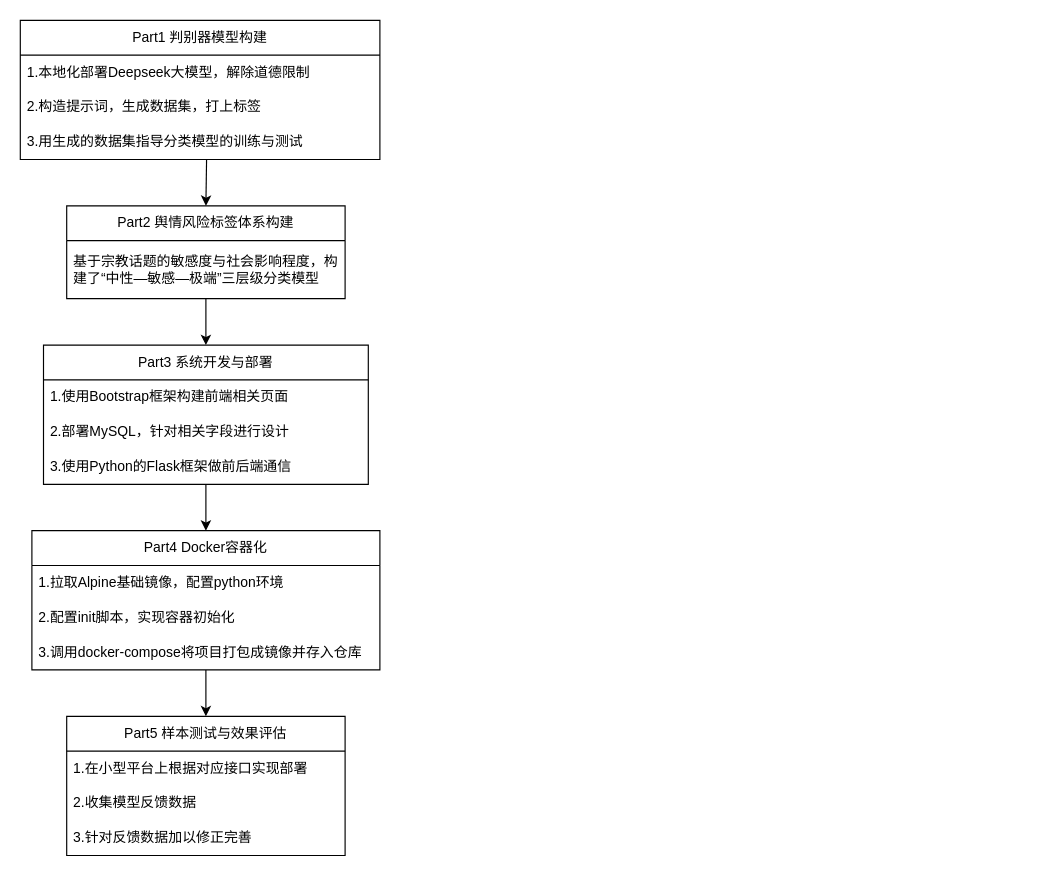
Before: product_overview.drawio in Megalomanian/diagrams, a draw.io diagram. Source tidied: cells renumbered, new cells numbered last; positions are measured from the earlier drawing's top-left corner, leaving out a move shared by most shapes. Both pictures are drawn from the tidied source at 116%, with x=0, y=0 at pixel (20, 20).
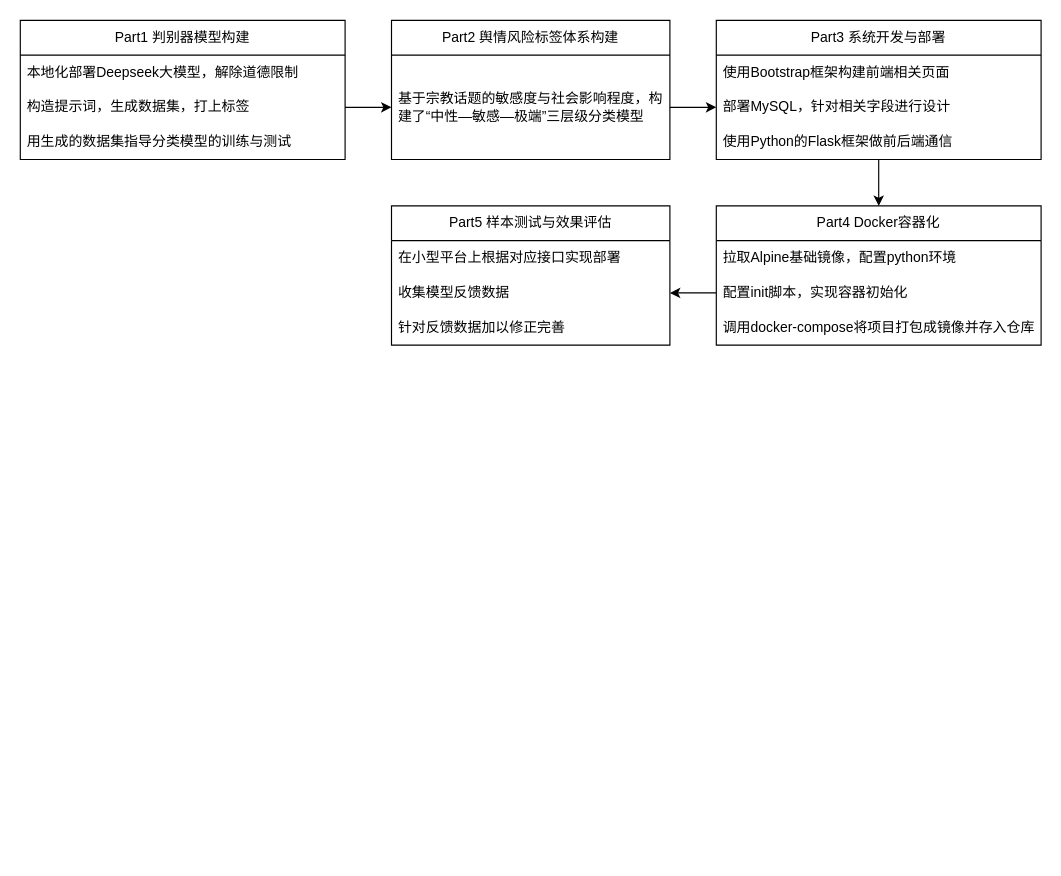
The same diagram, later.

Change to the diagram source:
```diff
@@
     <mxCell id="2" value="Part1 判别器模型构建" style="swimlane;fontStyle=0;horizontal=1;startSize=30;whiteSpace=wrap;html=1;" parent="1" vertex="1">
-      <mxGeometry width="310" height="120" as="geometry" />
+      <mxGeometry width="280" height="120" as="geometry" />
     </mxCell>
-    <mxCell id="3" value="1.本地化部署Deepseek大模型，解除道德限制" style="text;strokeColor=none;fillColor=none;align=left;verticalAlign=middle;spacingLeft=4;spacingRight=4;overflow=hidden;whiteSpace=wrap;html=1;" parent="2" vertex="1">
-      <mxGeometry y="30" width="310" height="30" as="geometry" />
+    <mxCell id="3" value="本地化部署Deepseek大模型，解除道德限制" style="text;strokeColor=none;fillColor=none;align=left;verticalAlign=middle;spacingLeft=4;spacingRight=4;overflow=hidden;whiteSpace=wrap;html=1;" parent="2" vertex="1">
+      <mxGeometry y="30" width="280" height="30" as="geometry" />
     </mxCell>
-    <mxCell id="4" value="2.构造提示词，生成数据集，打上标签" style="text;strokeColor=none;fillColor=none;align=left;verticalAlign=middle;spacingLeft=4;spacingRight=4;overflow=hidden;points=[[0,0.5],[1,0.5]];portConstraint=eastwest;whiteSpace=wrap;html=1;" parent="2" vertex="1">
-      <mxGeometry y="60" width="310" height="30" as="geometry" />
+    <mxCell id="4" value="构造提示词，生成数据集，打上标签" style="text;strokeColor=none;fillColor=none;align=left;verticalAlign=middle;spacingLeft=4;spacingRight=4;overflow=hidden;points=[[0,0.5],[1,0.5]];portConstraint=eastwest;whiteSpace=wrap;html=1;" parent="2" vertex="1">
+      <mxGeometry y="60" width="280" height="30" as="geometry" />
     </mxCell>
-    <mxCell id="5" value="3.用生成的数据集指导分类模型的训练与测试" style="text;strokeColor=none;fillColor=none;align=left;verticalAlign=middle;spacingLeft=4;spacingRight=4;overflow=hidden;points=[[0,0.5],[1,0.5]];portConstraint=eastwest;whiteSpace=wrap;html=1;" parent="2" vertex="1">
-      <mxGeometry y="90" width="310" height="30" as="geometry" />
+    <mxCell id="5" value="用生成的数据集指导分类模型的训练与测试" style="text;strokeColor=none;fillColor=none;align=left;verticalAlign=middle;spacingLeft=4;spacingRight=4;overflow=hidden;points=[[0,0.5],[1,0.5]];portConstraint=eastwest;whiteSpace=wrap;html=1;" parent="2" vertex="1">
+      <mxGeometry y="90" width="280" height="30" as="geometry" />
     </mxCell>
+    <mxCell id="24" style="edgeStyle=orthogonalEdgeStyle;rounded=0;orthogonalLoop=1;jettySize=auto;html=1;exitX=1;exitY=0.5;exitDx=0;exitDy=0;" parent="2" edge="1" source="4" target="4">
+      <mxGeometry relative="1" as="geometry" />
+    </mxCell>
     <mxCell id="6" value="Part2 舆情风险标签体系构建" style="swimlane;fontStyle=0;horizontal=1;startSize=30;whiteSpace=wrap;html=1;" parent="1" vertex="1">
-      <mxGeometry x="40" y="160" width="240" height="80" as="geometry" />
+      <mxGeometry x="320" width="240" height="120" as="geometry" />
     </mxCell>
     <mxCell id="7" value="基于宗教话题的敏感度与社会影响程度，构建了“中性—敏感—极端”三层级分类模型" style="text;strokeColor=none;fillColor=none;align=left;verticalAlign=middle;spacingLeft=4;spacingRight=4;overflow=hidden;points=[[0,0.5],[1,0.5]];portConstraint=eastwest;whiteSpace=wrap;html=1;" parent="6" vertex="1">
-      <mxGeometry y="30" width="240" height="50" as="geometry" />
+      <mxGeometry y="30" width="240" height="90" as="geometry" />
     </mxCell>
-    <mxCell id="8" style="endArrow=classic;html=1;rounded=0;exitX=0.518;exitY=0.992;exitDx=0;exitDy=0;exitPerimeter=0;entryX=0.5;entryY=0;entryDx=0;entryDy=0;" parent="1" edge="1" source="5" target="6">
-      <mxGeometry relative="1" as="geometry" />
-    </mxCell>
-    <mxCell id="9" style="edgeStyle=orthogonalEdgeStyle;rounded=0;jettySize=auto;html=1;exitX=0.5;exitY=1;exitDx=0;exitDy=0;entryX=0.5;entryY=0;entryDx=0;entryDy=0;" parent="1" edge="1" source="10" target="15">
-      <mxGeometry relative="1" as="geometry" />
-    </mxCell>
     <mxCell id="10" value="Part3 系统开发与部署" style="swimlane;fontStyle=0;horizontal=1;startSize=30;whiteSpace=wrap;html=1;" parent="1" vertex="1">
-      <mxGeometry x="20" y="280" width="280" height="120" as="geometry" />
+      <mxGeometry x="600" width="280" height="120" as="geometry" />
     </mxCell>
-    <mxCell id="11" value="1.使用Bootstrap框架构建前端相关页面" style="text;strokeColor=none;fillColor=none;align=left;verticalAlign=middle;spacingLeft=4;spacingRight=4;overflow=hidden;whiteSpace=wrap;html=1;" parent="10" vertex="1">
+    <mxCell id="11" value="使用Bootstrap框架构建前端相关页面" style="text;strokeColor=none;fillColor=none;align=left;verticalAlign=middle;spacingLeft=4;spacingRight=4;overflow=hidden;whiteSpace=wrap;html=1;" parent="10" vertex="1">
       <mxGeometry y="30" width="280" height="30" as="geometry" />
     </mxCell>
+    <mxCell id="25" style="endArrow=classic;html=1;rounded=0;" parent="10" edge="1" target="15">
+      <mxGeometry relative="1" as="geometry">
+        <mxPoint x="140" y="120" as="sourcePoint" />
+      </mxGeometry>
+    </mxCell>
-    <mxCell id="12" value="2.部署MySQL，针对相关字段进行设计" style="text;strokeColor=none;fillColor=none;align=left;verticalAlign=middle;spacingLeft=4;spacingRight=4;overflow=hidden;points=[[0,0.5],[1,0.5]];portConstraint=eastwest;whiteSpace=wrap;html=1;" parent="10" vertex="1">
+    <mxCell id="12" value="部署MySQL，针对相关字段进行设计" style="text;strokeColor=none;fillColor=none;align=left;verticalAlign=middle;spacingLeft=4;spacingRight=4;overflow=hidden;points=[[0,0.5],[1,0.5]];portConstraint=eastwest;whiteSpace=wrap;html=1;" parent="10" vertex="1">
       <mxGeometry y="60" width="280" height="30" as="geometry" />
     </mxCell>
-    <mxCell id="13" value="3.使用Python的Flask框架做前后端通信" style="text;strokeColor=none;fillColor=none;align=left;verticalAlign=middle;spacingLeft=4;spacingRight=4;overflow=hidden;whiteSpace=wrap;html=1;" parent="10" vertex="1">
+    <mxCell id="13" value="使用Python的Flask框架做前后端通信" style="text;strokeColor=none;fillColor=none;align=left;verticalAlign=middle;spacingLeft=4;spacingRight=4;overflow=hidden;whiteSpace=wrap;html=1;" parent="10" vertex="1">
       <mxGeometry y="90" width="280" height="30" as="geometry" />
     </mxCell>
-    <mxCell id="14" style="edgeStyle=orthogonalEdgeStyle;rounded=0;jettySize=auto;html=1;exitX=0.5;exitY=1;exitDx=0;exitDy=0;entryX=0.5;entryY=0;entryDx=0;entryDy=0;" parent="1" edge="1" source="15" target="19">
-      <mxGeometry relative="1" as="geometry" />
-    </mxCell>
     <mxCell id="15" value="Part4 Docker容器化" style="swimlane;fontStyle=0;horizontal=1;startSize=30;whiteSpace=wrap;html=1;" parent="1" vertex="1">
-      <mxGeometry x="10" y="440" width="300" height="120" as="geometry" />
+      <mxGeometry x="600" y="160" width="280" height="120" as="geometry" />
     </mxCell>
-    <mxCell id="16" value="1.拉取Alpine基础镜像，配置python环境" style="text;strokeColor=none;fillColor=none;align=left;verticalAlign=middle;spacingLeft=4;spacingRight=4;overflow=hidden;whiteSpace=wrap;html=1;" parent="15" vertex="1">
-      <mxGeometry y="30" width="300" height="30" as="geometry" />
+    <mxCell id="16" value="拉取Alpine基础镜像，配置python环境" style="text;strokeColor=none;fillColor=none;align=left;verticalAlign=middle;spacingLeft=4;spacingRight=4;overflow=hidden;whiteSpace=wrap;html=1;" parent="15" vertex="1">
+      <mxGeometry y="30" width="280" height="30" as="geometry" />
     </mxCell>
-    <mxCell id="17" value="2.配置init脚本，实现容器初始化" style="text;strokeColor=none;fillColor=none;align=left;verticalAlign=middle;spacingLeft=4;spacingRight=4;overflow=hidden;points=[[0,0.5],[1,0.5]];portConstraint=eastwest;whiteSpace=wrap;html=1;" parent="15" vertex="1">
-      <mxGeometry y="60" width="300" height="30" as="geometry" />
+    <mxCell id="17" value="配置init脚本，实现容器初始化" style="text;strokeColor=none;fillColor=none;align=left;verticalAlign=middle;spacingLeft=4;spacingRight=4;overflow=hidden;points=[[0,0.5],[1,0.5]];portConstraint=eastwest;whiteSpace=wrap;html=1;" parent="15" vertex="1">
+      <mxGeometry y="60" width="280" height="30" as="geometry" />
     </mxCell>
-    <mxCell id="18" value="3.调用docker-compose将项目打包成镜像并存入仓库" style="text;strokeColor=none;fillColor=none;align=left;verticalAlign=middle;spacingLeft=4;spacingRight=4;overflow=hidden;whiteSpace=wrap;html=1;" parent="15" vertex="1">
-      <mxGeometry y="90" width="300" height="30" as="geometry" />
+    <mxCell id="18" value="调用docker-compose将项目打包成镜像并存入仓库" style="text;strokeColor=none;fillColor=none;align=left;verticalAlign=middle;spacingLeft=4;spacingRight=4;overflow=hidden;whiteSpace=wrap;html=1;" parent="15" vertex="1">
+      <mxGeometry y="90" width="280" height="30" as="geometry" />
     </mxCell>
     <mxCell id="19" value="Part5 样本测试与效果评估" style="swimlane;fontStyle=0;horizontal=1;startSize=30;whiteSpace=wrap;html=1;" parent="1" vertex="1">
-      <mxGeometry x="40" y="600" width="240" height="120" as="geometry" />
+      <mxGeometry x="320" y="160" width="240" height="120" as="geometry" />
     </mxCell>
-    <mxCell id="20" value="1.在小型平台上根据对应接口实现部署" style="text;strokeColor=none;fillColor=none;align=left;verticalAlign=middle;spacingLeft=4;spacingRight=4;overflow=hidden;whiteSpace=wrap;html=1;" parent="19" vertex="1">
+    <mxCell id="20" value="在小型平台上根据对应接口实现部署" style="text;strokeColor=none;fillColor=none;align=left;verticalAlign=middle;spacingLeft=4;spacingRight=4;overflow=hidden;whiteSpace=wrap;html=1;" parent="19" vertex="1">
       <mxGeometry y="30" width="240" height="30" as="geometry" />
     </mxCell>
-    <mxCell id="21" value="2.收集模型反馈数据" style="text;strokeColor=none;fillColor=none;align=left;verticalAlign=middle;spacingLeft=4;spacingRight=4;overflow=hidden;points=[[0,0.5],[1,0.5]];portConstraint=eastwest;whiteSpace=wrap;html=1;" parent="19" vertex="1">
+    <mxCell id="21" value="收集模型反馈数据" style="text;strokeColor=none;fillColor=none;align=left;verticalAlign=middle;spacingLeft=4;spacingRight=4;overflow=hidden;points=[[0,0.5],[1,0.5]];portConstraint=eastwest;whiteSpace=wrap;html=1;" parent="19" vertex="1">
       <mxGeometry y="60" width="240" height="30" as="geometry" />
     </mxCell>
-    <mxCell id="22" value="3.针对反馈数据加以修正完善" style="text;strokeColor=none;fillColor=none;align=left;verticalAlign=middle;spacingLeft=4;spacingRight=4;overflow=hidden;whiteSpace=wrap;html=1;" parent="19" vertex="1">
+    <mxCell id="22" value="针对反馈数据加以修正完善" style="text;strokeColor=none;fillColor=none;align=left;verticalAlign=middle;spacingLeft=4;spacingRight=4;overflow=hidden;whiteSpace=wrap;html=1;" parent="19" vertex="1">
       <mxGeometry y="90" width="240" height="30" as="geometry" />
     </mxCell>
-    <mxCell id="23" style="endArrow=classic;html=1;rounded=0;entryX=0.5;entryY=0;entryDx=0;entryDy=0;" parent="1" edge="1" target="10">
-      <mxGeometry relative="1" as="geometry">
-        <mxPoint x="160" y="240" as="sourcePoint" />
-      </mxGeometry>
-    </mxCell>
+    <mxCell id="26" style="edgeStyle=orthogonalEdgeStyle;rounded=0;jettySize=auto;html=1;exitX=1;exitY=0.5;exitDx=0;exitDy=0;entryX=0;entryY=0.5;entryDx=0;entryDy=0;" parent="1" edge="1" source="4" target="7">
+      <mxGeometry relative="1" as="geometry" />
+    </mxCell>
+    <mxCell id="27" style="edgeStyle=orthogonalEdgeStyle;rounded=0;jettySize=auto;html=1;exitX=1;exitY=0.5;exitDx=0;exitDy=0;entryX=0;entryY=0.5;entryDx=0;entryDy=0;" parent="1" edge="1" source="7" target="12">
+      <mxGeometry relative="1" as="geometry" />
+    </mxCell>
+    <mxCell id="28" style="edgeStyle=orthogonalEdgeStyle;rounded=0;jettySize=auto;html=1;exitX=0;exitY=0.5;exitDx=0;exitDy=0;entryX=1;entryY=0.5;entryDx=0;entryDy=0;" parent="1" edge="1" source="17" target="21">
+      <mxGeometry relative="1" as="geometry" />
+    </mxCell>
```
